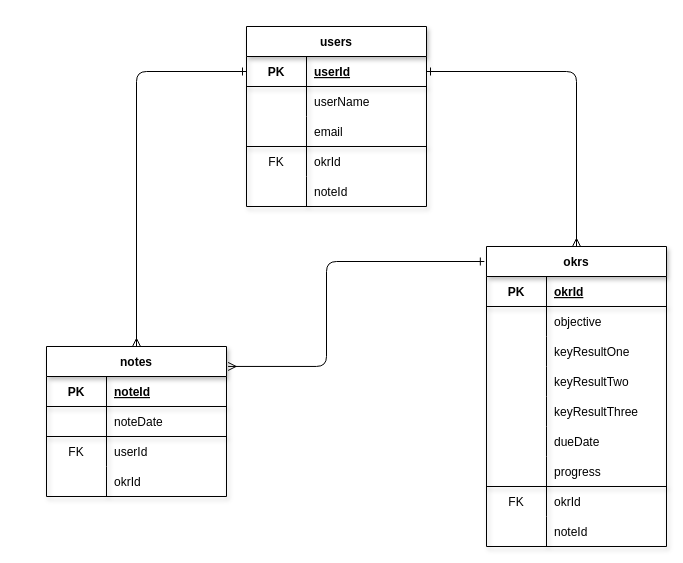
The draw.io diagram erd.drawio in lvlivingston/goalkr, before the edit. Source tidied: cells renumbered, new cells numbered last; positions are measured from the earlier drawing's top-left corner, leaving out a move shared by most shapes. Both pictures are drawn from the tidied source at 100%, with x=0, y=0 at pixel (46, 26).
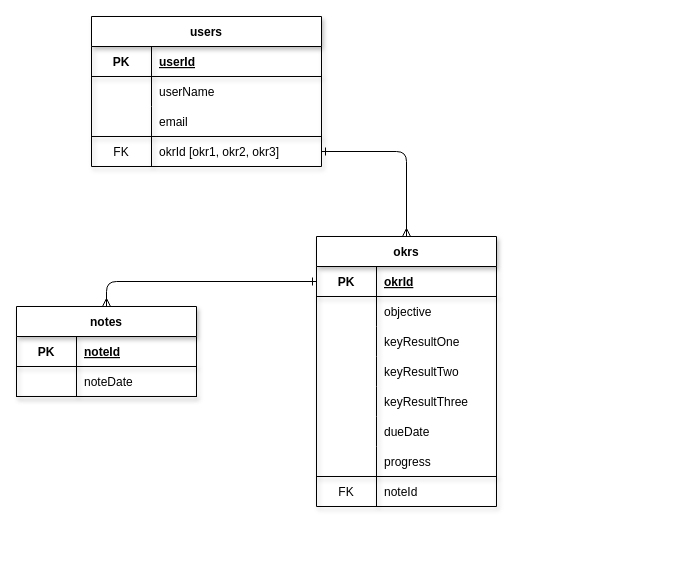
The same page after the edit.

Commit message (it also covers changes not shown here):
updated ERD & restful routing based on feedback

The change refers to these unchanged cells:
```xml
<mxCell id="35" style="shape=tableRow;horizontal=0;startSize=0;swimlaneHead=0;swimlaneBody=0;fillColor=none;points=[[0,0.5],[1,0.5]];portConstraint=eastwest;top=0;left=0;right=0;bottom=1;shadow=1;" parent="34" vertex="1">
  <mxGeometry y="30" width="180" height="30" as="geometry" />
</mxCell>
<mxCell id="56" style="shape=tableRow;horizontal=0;startSize=0;swimlaneHead=0;swimlaneBody=0;fillColor=none;top=0;left=0;right=0;bottom=0;shadow=1;" parent="34" vertex="1">
  <mxGeometry y="240" width="180" height="30" as="geometry" />
</mxCell>
```

The edit, as a diff of the source:
```diff
@@
-    <mxCell id="2" style="edgeStyle=elbowEdgeStyle;html=1;startArrow=ERone;startFill=0;endArrow=ERmany;endFill=0;exitX=1;exitY=0.5;exitDx=0;exitDy=0;entryX=0.5;entryY=0;entryDx=0;entryDy=0;" parent="1" edge="1" source="18" target="34">
+    <mxCell id="2" style="edgeStyle=elbowEdgeStyle;html=1;startArrow=ERone;startFill=0;endArrow=ERmany;endFill=0;exitX=1;exitY=0.5;exitDx=0;exitDy=0;entryX=0.5;entryY=0;entryDx=0;entryDy=0;" parent="1" edge="1" source="27" target="34">
       <mxGeometry relative="1" as="geometry">
         <Array as="points">
-          <mxPoint x="530" y="130" />
+          <mxPoint x="360" y="180" />
         </Array>
       </mxGeometry>
     </mxCell>
-    <mxCell id="3" style="edgeStyle=elbowEdgeStyle;html=1;endArrow=ERmany;endFill=0;entryX=0.5;entryY=0;entryDx=0;entryDy=0;startArrow=ERone;startFill=0;exitX=0;exitY=0.5;exitDx=0;exitDy=0;" parent="1" edge="1" source="18" target="4">
-      <mxGeometry relative="1" as="geometry">
-        <Array as="points">
-          <mxPoint x="90" y="190" />
-        </Array>
-      </mxGeometry>
-    </mxCell>
     <mxCell id="4" value="notes" style="shape=table;startSize=30;childLayout=tableLayout;rowLines=0;fontStyle=1;align=center;shadow=1;" parent="1" vertex="1">
-      <mxGeometry y="320" width="180" height="150" as="geometry" />
+      <mxGeometry x="-30" y="280" width="180" height="90" as="geometry" />
     </mxCell>
@@
-    <mxCell id="11" style="shape=tableRow;horizontal=0;startSize=0;swimlaneHead=0;swimlaneBody=0;fillColor=none;top=0;left=0;right=0;bottom=0;shadow=1;" parent="4" vertex="1">
-      <mxGeometry y="90" width="180" height="30" as="geometry" />
-    </mxCell>
-    <mxCell id="12" value="FK" style="shape=partialRectangle;fillColor=none;top=0;left=0;bottom=0;right=0;overflow=hidden;shadow=1;" parent="11" vertex="1">
-      <mxGeometry width="60" height="30" as="geometry" />
-    </mxCell>
-    <mxCell id="13" value="userId" style="shape=partialRectangle;fillColor=none;top=0;left=0;bottom=0;right=0;align=left;spacingLeft=6;overflow=hidden;shadow=1;" parent="11" vertex="1">
-      <mxGeometry x="60" width="120" height="30" as="geometry" />
-    </mxCell>
-    <mxCell id="14" style="shape=tableRow;horizontal=0;startSize=0;swimlaneHead=0;swimlaneBody=0;fillColor=none;top=0;left=0;right=0;bottom=0;shadow=1;" parent="4" vertex="1">
-      <mxGeometry y="120" width="180" height="30" as="geometry" />
-    </mxCell>
-    <mxCell id="15" style="shape=partialRectangle;fillColor=none;top=0;left=0;bottom=0;right=0;overflow=hidden;shadow=1;" parent="14" vertex="1">
-      <mxGeometry width="60" height="30" as="geometry" />
-    </mxCell>
-    <mxCell id="16" value="okrId" style="shape=partialRectangle;fillColor=none;top=0;left=0;bottom=0;right=0;align=left;spacingLeft=6;overflow=hidden;shadow=1;" parent="14" vertex="1">
-      <mxGeometry x="60" width="120" height="30" as="geometry" />
-    </mxCell>
     <mxCell id="17" value="users" style="shape=table;startSize=30;childLayout=tableLayout;rowLines=0;fontStyle=1;align=center;shadow=1;" parent="1" vertex="1">
-      <mxGeometry x="200" width="180" height="180" as="geometry" />
+      <mxGeometry x="45" y="-10" width="230" height="150" as="geometry" />
     </mxCell>
     <mxCell id="18" style="shape=tableRow;horizontal=0;startSize=0;swimlaneHead=0;swimlaneBody=0;fillColor=none;points=[[0,0.5],[1,0.5]];portConstraint=eastwest;top=0;left=0;right=0;bottom=1;shadow=1;" parent="17" vertex="1">
-      <mxGeometry y="30" width="180" height="30" as="geometry" />
+      <mxGeometry y="30" width="230" height="30" as="geometry" />
     </mxCell>
@@
     <mxCell id="20" value="userId" style="shape=partialRectangle;fillColor=none;top=0;left=0;bottom=0;right=0;align=left;spacingLeft=6;fontStyle=5;overflow=hidden;shadow=1;" parent="18" vertex="1">
-      <mxGeometry x="60" width="120" height="30" as="geometry" />
+      <mxGeometry x="60" width="170" height="30" as="geometry" />
     </mxCell>
     <mxCell id="21" style="shape=tableRow;horizontal=0;startSize=0;swimlaneHead=0;swimlaneBody=0;fillColor=none;top=0;left=0;right=0;bottom=0;shadow=1;" parent="17" vertex="1">
-      <mxGeometry y="60" width="180" height="30" as="geometry" />
+      <mxGeometry y="60" width="230" height="30" as="geometry" />
     </mxCell>
@@
     <mxCell id="23" value="userName" style="shape=partialRectangle;fillColor=none;top=0;left=0;bottom=0;right=0;align=left;spacingLeft=6;overflow=hidden;shadow=1;" parent="21" vertex="1">
-      <mxGeometry x="60" width="120" height="30" as="geometry" />
+      <mxGeometry x="60" width="170" height="30" as="geometry" />
     </mxCell>
     <mxCell id="24" style="shape=tableRow;horizontal=0;startSize=0;swimlaneHead=0;swimlaneBody=0;fillColor=none;top=0;left=0;right=0;bottom=1;shadow=1;" parent="17" vertex="1">
-      <mxGeometry y="90" width="180" height="30" as="geometry" />
+      <mxGeometry y="90" width="230" height="30" as="geometry" />
     </mxCell>
@@
     <mxCell id="26" value="email" style="shape=partialRectangle;fillColor=none;top=0;left=0;bottom=0;right=0;align=left;spacingLeft=6;fontStyle=0;overflow=hidden;shadow=1;" parent="24" vertex="1">
-      <mxGeometry x="60" width="120" height="30" as="geometry" />
+      <mxGeometry x="60" width="170" height="30" as="geometry" />
     </mxCell>
     <mxCell id="27" style="shape=tableRow;horizontal=0;startSize=0;swimlaneHead=0;swimlaneBody=0;fillColor=none;points=[[0,0.5],[1,0.5]];portConstraint=eastwest;top=0;left=0;right=0;bottom=0;shadow=1;" parent="17" vertex="1">
-      <mxGeometry y="120" width="180" height="30" as="geometry" />
+      <mxGeometry y="120" width="230" height="30" as="geometry" />
     </mxCell>
@@
-    <mxCell id="29" value="okrId" style="shape=partialRectangle;fillColor=none;top=0;left=0;bottom=0;right=0;align=left;spacingLeft=6;overflow=hidden;shadow=1;" parent="27" vertex="1">
-      <mxGeometry x="60" width="120" height="30" as="geometry" />
+    <mxCell id="29" value="okrId [okr1, okr2, okr3]" style="shape=partialRectangle;fillColor=none;top=0;left=0;bottom=0;right=0;align=left;spacingLeft=6;overflow=hidden;shadow=1;" parent="27" vertex="1">
+      <mxGeometry x="60" width="170" height="30" as="geometry" />
     </mxCell>
-    <mxCell id="30" style="shape=tableRow;horizontal=0;startSize=0;swimlaneHead=0;swimlaneBody=0;fillColor=none;top=0;left=0;right=0;bottom=0;shadow=1;" parent="17" vertex="1">
-      <mxGeometry y="150" width="180" height="30" as="geometry" />
-    </mxCell>
-    <mxCell id="31" style="shape=partialRectangle;fillColor=none;top=0;left=0;bottom=0;right=0;overflow=hidden;shadow=1;" parent="30" vertex="1">
-      <mxGeometry width="60" height="30" as="geometry" />
-    </mxCell>
-    <mxCell id="32" value="noteId" style="shape=partialRectangle;fillColor=none;top=0;left=0;bottom=0;right=0;align=left;spacingLeft=6;overflow=hidden;shadow=1;" parent="30" vertex="1">
-      <mxGeometry x="60" width="120" height="30" as="geometry" />
-    </mxCell>
-    <mxCell id="33" style="edgeStyle=elbowEdgeStyle;html=1;startArrow=ERone;startFill=0;endArrow=ERmany;endFill=0;exitX=-0.012;exitY=0.05;exitDx=0;exitDy=0;entryX=1.009;entryY=0.133;entryDx=0;entryDy=0;exitPerimeter=0;entryPerimeter=0;" parent="1" edge="1" source="34" target="4">
+    <mxCell id="33" style="edgeStyle=elbowEdgeStyle;html=1;startArrow=ERone;startFill=0;endArrow=ERmany;endFill=0;exitX=0;exitY=0.5;exitDx=0;exitDy=0;entryX=0.5;entryY=0;entryDx=0;entryDy=0;" parent="1" edge="1" source="35" target="4">
       <mxGeometry relative="1" as="geometry">
         <Array as="points">
-          <mxPoint x="280" y="250" />
+          <mxPoint x="60" y="250" />
         </Array>
       </mxGeometry>
     </mxCell>
     <mxCell id="34" value="okrs" style="shape=table;startSize=30;childLayout=tableLayout;rowLines=0;fontStyle=1;align=center;shadow=1;" parent="1" vertex="1">
-      <mxGeometry x="440" y="220" width="180" height="300" as="geometry" />
+      <mxGeometry x="270" y="210" width="180" height="270" as="geometry" />
     </mxCell>
@@
-    <mxCell id="58" value="okrId" style="shape=partialRectangle;fillColor=none;top=0;left=0;bottom=0;right=0;align=left;spacingLeft=6;overflow=hidden;shadow=1;" parent="56" vertex="1">
+    <mxCell id="58" value="noteId" style="shape=partialRectangle;fillColor=none;top=0;left=0;bottom=0;right=0;align=left;spacingLeft=6;overflow=hidden;shadow=1;" parent="56" vertex="1">
       <mxGeometry x="60" width="120" height="30" as="geometry" />
     </mxCell>
-    <mxCell id="59" style="shape=tableRow;horizontal=0;startSize=0;swimlaneHead=0;swimlaneBody=0;fillColor=none;top=0;left=0;right=0;bottom=0;shadow=1;" parent="34" vertex="1">
-      <mxGeometry y="270" width="180" height="30" as="geometry" />
-    </mxCell>
-    <mxCell id="60" style="shape=partialRectangle;fillColor=none;top=0;left=0;bottom=0;right=0;overflow=hidden;shadow=1;" parent="59" vertex="1">
-      <mxGeometry width="60" height="30" as="geometry" />
-    </mxCell>
-    <mxCell id="61" value="noteId" style="shape=partialRectangle;fillColor=none;top=0;left=0;bottom=0;right=0;align=left;spacingLeft=6;overflow=hidden;shadow=1;" parent="59" vertex="1">
-      <mxGeometry x="60" width="120" height="30" as="geometry" />
-    </mxCell>
```
